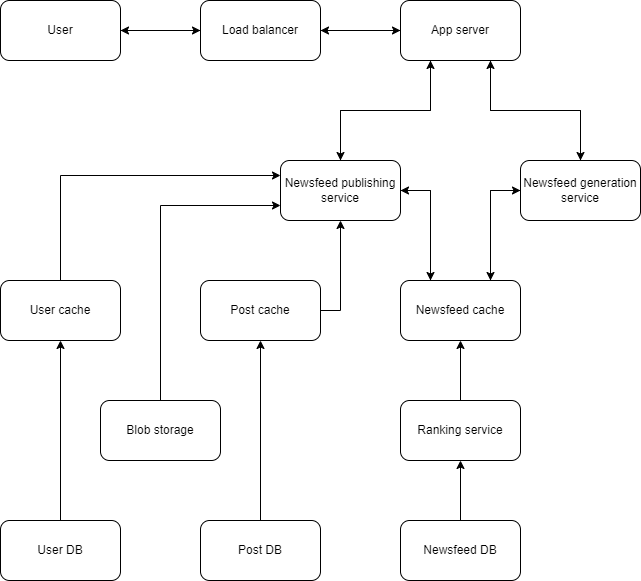
Earlier version of the draw.io export img/system-design/newsfeed2.png (riehseun/riehseun.github.io). Source tidied: cells renumbered, new cells last; positions are measured from the earlier drawing's top-left corner, leaving out a move shared by most shapes.
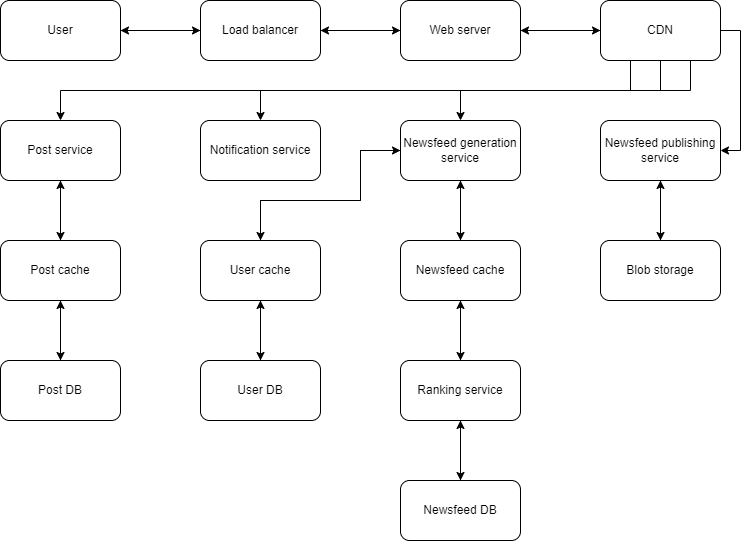
After the change.

Diff of the diagram source:
```diff
@@ -20,83 +20,125 @@
     <mxCell id="7" style="edgeStyle=orthogonalEdgeStyle;rounded=0;jettySize=auto;html=1;exitX=0;exitY=0.5;exitDx=0;exitDy=0;" parent="1" edge="1" source="10" target="6">
       <mxGeometry relative="1" as="geometry" />
     </mxCell>
-    <mxCell id="8" style="edgeStyle=orthogonalEdgeStyle;rounded=0;jettySize=auto;html=1;exitX=0.25;exitY=1;exitDx=0;exitDy=0;entryX=0.5;entryY=0;entryDx=0;entryDy=0;" parent="1" edge="1" source="10" target="13">
-      <mxGeometry relative="1" as="geometry" />
-    </mxCell>
-    <mxCell id="9" style="edgeStyle=orthogonalEdgeStyle;rounded=0;jettySize=auto;html=1;exitX=0.75;exitY=1;exitDx=0;exitDy=0;entryX=0.5;entryY=0;entryDx=0;entryDy=0;" parent="1" edge="1" source="10" target="16">
-      <mxGeometry relative="1" as="geometry" />
-    </mxCell>
+    <mxCell id="34" style="edgeStyle=orthogonalEdgeStyle;rounded=0;jettySize=auto;html=1;exitX=1;exitY=0.5;exitDx=0;exitDy=0;entryX=0;entryY=0.5;entryDx=0;entryDy=0;" parent="1" edge="1" source="10" target="40">
+      <mxGeometry relative="1" as="geometry" />
+    </mxCell>
-    <mxCell id="10" value="App server" style="rounded=1;whiteSpace=wrap;html=1;" parent="1" vertex="1">
+    <mxCell id="10" value="Web server" style="rounded=1;whiteSpace=wrap;html=1;" parent="1" vertex="1">
       <mxGeometry x="400" width="120" height="60" as="geometry" />
     </mxCell>
-    <mxCell id="11" style="edgeStyle=orthogonalEdgeStyle;rounded=0;jettySize=auto;html=1;exitX=0.5;exitY=0;exitDx=0;exitDy=0;entryX=0.25;entryY=1;entryDx=0;entryDy=0;" parent="1" edge="1" source="13" target="10">
-      <mxGeometry relative="1" as="geometry" />
-    </mxCell>
-    <mxCell id="12" style="edgeStyle=orthogonalEdgeStyle;rounded=0;jettySize=auto;html=1;exitX=1;exitY=0.5;exitDx=0;exitDy=0;entryX=0.25;entryY=0;entryDx=0;entryDy=0;" parent="1" edge="1" source="13" target="19">
-      <mxGeometry relative="1" as="geometry" />
-    </mxCell>
+    <mxCell id="35" style="edgeStyle=orthogonalEdgeStyle;rounded=0;jettySize=auto;html=1;exitX=0;exitY=0.5;exitDx=0;exitDy=0;entryX=1;entryY=0.5;entryDx=0;entryDy=0;" parent="1" edge="1" source="40" target="10">
+      <mxGeometry relative="1" as="geometry" />
+    </mxCell>
+    <mxCell id="36" style="edgeStyle=orthogonalEdgeStyle;rounded=0;jettySize=auto;html=1;exitX=0.25;exitY=1;exitDx=0;exitDy=0;entryX=0.5;entryY=0;entryDx=0;entryDy=0;" parent="1" edge="1" source="40" target="42">
+      <mxGeometry relative="1" as="geometry" />
+    </mxCell>
+    <mxCell id="37" style="edgeStyle=orthogonalEdgeStyle;rounded=0;jettySize=auto;html=1;exitX=0.5;exitY=1;exitDx=0;exitDy=0;entryX=0.5;entryY=0;entryDx=0;entryDy=0;" parent="1" edge="1" source="40" target="43">
+      <mxGeometry relative="1" as="geometry" />
+    </mxCell>
+    <mxCell id="38" style="edgeStyle=orthogonalEdgeStyle;rounded=0;jettySize=auto;html=1;exitX=0.75;exitY=1;exitDx=0;exitDy=0;entryX=0.5;entryY=0;entryDx=0;entryDy=0;" parent="1" edge="1" source="40" target="16">
+      <mxGeometry relative="1" as="geometry" />
+    </mxCell>
+    <mxCell id="39" style="edgeStyle=orthogonalEdgeStyle;rounded=0;jettySize=auto;html=1;exitX=1;exitY=0.5;exitDx=0;exitDy=0;entryX=1;entryY=0.5;entryDx=0;entryDy=0;" parent="1" edge="1" source="40" target="13">
+      <mxGeometry relative="1" as="geometry" />
+    </mxCell>
+    <mxCell id="40" value="CDN" style="rounded=1;whiteSpace=wrap;html=1;" parent="1" vertex="1">
+      <mxGeometry x="600" width="120" height="60" as="geometry" />
+    </mxCell>
+    <mxCell id="41" style="edgeStyle=orthogonalEdgeStyle;rounded=0;jettySize=auto;html=1;exitX=0.5;exitY=1;exitDx=0;exitDy=0;entryX=0.5;entryY=0;entryDx=0;entryDy=0;" parent="1" edge="1" source="42" target="25">
+      <mxGeometry relative="1" as="geometry" />
+    </mxCell>
+    <mxCell id="42" value="Post service" style="rounded=1;whiteSpace=wrap;html=1;" parent="1" vertex="1">
+      <mxGeometry y="120" width="120" height="60" as="geometry" />
+    </mxCell>
+    <mxCell id="43" value="Notification service" style="rounded=1;whiteSpace=wrap;html=1;" parent="1" vertex="1">
+      <mxGeometry x="200" y="120" width="120" height="60" as="geometry" />
+    </mxCell>
+    <mxCell id="15" style="edgeStyle=orthogonalEdgeStyle;rounded=0;jettySize=auto;html=1;exitX=0.5;exitY=1;exitDx=0;exitDy=0;entryX=0.5;entryY=0;entryDx=0;entryDy=0;" parent="1" edge="1" source="16" target="19">
+      <mxGeometry relative="1" as="geometry" />
+    </mxCell>
+    <mxCell id="44" style="edgeStyle=orthogonalEdgeStyle;rounded=0;jettySize=auto;html=1;exitX=0;exitY=0.5;exitDx=0;exitDy=0;entryX=0.5;entryY=0;entryDx=0;entryDy=0;" parent="1" edge="1" source="16" target="27">
+      <mxGeometry relative="1" as="geometry">
+        <Array as="points">
+          <mxPoint x="360" y="150" />
+          <mxPoint x="360" y="200" />
+          <mxPoint x="260" y="200" />
+        </Array>
+      </mxGeometry>
+    </mxCell>
+    <mxCell id="16" value="Newsfeed generation service" style="rounded=1;whiteSpace=wrap;html=1;" parent="1" vertex="1">
+      <mxGeometry x="400" y="120" width="120" height="60" as="geometry" />
+    </mxCell>
+    <mxCell id="45" style="edgeStyle=orthogonalEdgeStyle;rounded=0;jettySize=auto;html=1;exitX=0.5;exitY=1;exitDx=0;exitDy=0;entryX=0.5;entryY=0;entryDx=0;entryDy=0;" parent="1" edge="1" source="13" target="33">
+      <mxGeometry relative="1" as="geometry" />
+    </mxCell>
     <mxCell id="13" value="Newsfeed publishing service" style="rounded=1;whiteSpace=wrap;html=1;" parent="1" vertex="1">
-      <mxGeometry x="280" y="160" width="120" height="60" as="geometry" />
+      <mxGeometry x="600" y="120" width="120" height="60" as="geometry" />
     </mxCell>
-    <mxCell id="14" style="edgeStyle=orthogonalEdgeStyle;rounded=0;jettySize=auto;html=1;exitX=0.5;exitY=0;exitDx=0;exitDy=0;entryX=0.75;entryY=1;entryDx=0;entryDy=0;" parent="1" edge="1" source="16" target="10">
-      <mxGeometry relative="1" as="geometry" />
-    </mxCell>
-    <mxCell id="15" style="edgeStyle=orthogonalEdgeStyle;rounded=0;jettySize=auto;html=1;exitX=0;exitY=0.5;exitDx=0;exitDy=0;entryX=0.75;entryY=0;entryDx=0;entryDy=0;" parent="1" edge="1" source="16" target="19">
-      <mxGeometry relative="1" as="geometry" />
-    </mxCell>
-    <mxCell id="16" value="Newsfeed generation service" style="rounded=1;whiteSpace=wrap;html=1;" parent="1" vertex="1">
-      <mxGeometry x="520" y="160" width="120" height="60" as="geometry" />
-    </mxCell>
+    <mxCell id="46" style="edgeStyle=orthogonalEdgeStyle;rounded=0;jettySize=auto;html=1;exitX=0.5;exitY=1;exitDx=0;exitDy=0;entryX=0.5;entryY=0;entryDx=0;entryDy=0;" parent="1" edge="1" source="25" target="29">
+      <mxGeometry relative="1" as="geometry" />
+    </mxCell>
+    <mxCell id="47" style="edgeStyle=orthogonalEdgeStyle;rounded=0;jettySize=auto;html=1;exitX=0.5;exitY=0;exitDx=0;exitDy=0;entryX=0.5;entryY=1;entryDx=0;entryDy=0;" parent="1" edge="1" source="25" target="42">
+      <mxGeometry relative="1" as="geometry" />
+    </mxCell>
+    <mxCell id="25" value="Post cache" style="rounded=1;whiteSpace=wrap;html=1;" parent="1" vertex="1">
+      <mxGeometry y="240" width="120" height="60" as="geometry" />
+    </mxCell>
+    <mxCell id="28" style="edgeStyle=orthogonalEdgeStyle;rounded=0;jettySize=auto;html=1;exitX=0.5;exitY=0;exitDx=0;exitDy=0;entryX=0.5;entryY=1;entryDx=0;entryDy=0;" parent="1" edge="1" source="29" target="25">
+      <mxGeometry relative="1" as="geometry" />
+    </mxCell>
+    <mxCell id="29" value="Post DB" style="rounded=1;whiteSpace=wrap;html=1;" parent="1" vertex="1">
+      <mxGeometry y="360" width="120" height="60" as="geometry" />
+    </mxCell>
+    <mxCell id="32" style="edgeStyle=orthogonalEdgeStyle;rounded=0;jettySize=auto;html=1;exitX=0.5;exitY=0;exitDx=0;exitDy=0;entryX=0.5;entryY=1;entryDx=0;entryDy=0;" parent="1" edge="1" source="33" target="13">
+      <mxGeometry relative="1" as="geometry" />
+    </mxCell>
+    <mxCell id="33" value="Blob storage" style="rounded=1;whiteSpace=wrap;html=1;" parent="1" vertex="1">
+      <mxGeometry x="600" y="240" width="120" height="60" as="geometry" />
+    </mxCell>
-    <mxCell id="17" style="edgeStyle=orthogonalEdgeStyle;rounded=0;jettySize=auto;html=1;exitX=0.75;exitY=0;exitDx=0;exitDy=0;entryX=0;entryY=0.5;entryDx=0;entryDy=0;" parent="1" edge="1" source="19" target="16">
+    <mxCell id="17" style="edgeStyle=orthogonalEdgeStyle;rounded=0;jettySize=auto;html=1;exitX=0.5;exitY=0;exitDx=0;exitDy=0;" parent="1" edge="1" source="19" target="16">
       <mxGeometry relative="1" as="geometry" />
     </mxCell>
-    <mxCell id="18" style="edgeStyle=orthogonalEdgeStyle;rounded=0;jettySize=auto;html=1;exitX=0.25;exitY=0;exitDx=0;exitDy=0;entryX=1;entryY=0.5;entryDx=0;entryDy=0;" parent="1" edge="1" source="19" target="13">
-      <mxGeometry relative="1" as="geometry" />
-    </mxCell>
+    <mxCell id="48" style="edgeStyle=orthogonalEdgeStyle;rounded=0;jettySize=auto;html=1;exitX=0.5;exitY=1;exitDx=0;exitDy=0;entryX=0.5;entryY=0;entryDx=0;entryDy=0;" parent="1" edge="1" source="19" target="21">
+      <mxGeometry relative="1" as="geometry" />
+    </mxCell>
     <mxCell id="19" value="Newsfeed cache" style="rounded=1;whiteSpace=wrap;html=1;" parent="1" vertex="1">
-      <mxGeometry x="400" y="280" width="120" height="60" as="geometry" />
+      <mxGeometry x="400" y="240" width="120" height="60" as="geometry" />
     </mxCell>
-    <mxCell id="20" style="edgeStyle=orthogonalEdgeStyle;rounded=0;jettySize=auto;html=1;exitX=0.5;exitY=0;exitDx=0;exitDy=0;" parent="1" edge="1" source="21" target="19">
+    <mxCell id="20" style="edgeStyle=orthogonalEdgeStyle;rounded=0;jettySize=auto;html=1;exitX=0.5;exitY=0;exitDx=0;exitDy=0;entryX=0.5;entryY=1;entryDx=0;entryDy=0;" parent="1" edge="1" source="21" target="19">
       <mxGeometry relative="1" as="geometry" />
     </mxCell>
+    <mxCell id="49" style="edgeStyle=orthogonalEdgeStyle;rounded=0;jettySize=auto;html=1;exitX=0.5;exitY=1;exitDx=0;exitDy=0;entryX=0.5;entryY=0;entryDx=0;entryDy=0;" parent="1" edge="1" source="21" target="23">
+      <mxGeometry relative="1" as="geometry" />
+    </mxCell>
     <mxCell id="21" value="Ranking service" style="rounded=1;whiteSpace=wrap;html=1;" parent="1" vertex="1">
-      <mxGeometry x="400" y="400" width="120" height="60" as="geometry" />
+      <mxGeometry x="400" y="360" width="120" height="60" as="geometry" />
     </mxCell>
     <mxCell id="22" style="edgeStyle=orthogonalEdgeStyle;rounded=0;jettySize=auto;html=1;exitX=0.5;exitY=0;exitDx=0;exitDy=0;entryX=0.5;entryY=1;entryDx=0;entryDy=0;" parent="1" edge="1" source="23" target="21">
       <mxGeometry relative="1" as="geometry" />
     </mxCell>
     <mxCell id="23" value="Newsfeed DB" style="rounded=1;whiteSpace=wrap;html=1;" parent="1" vertex="1">
-      <mxGeometry x="400" y="520" width="120" height="60" as="geometry" />
+      <mxGeometry x="400" y="480" width="120" height="60" as="geometry" />
     </mxCell>
-    <mxCell id="24" style="edgeStyle=orthogonalEdgeStyle;rounded=0;jettySize=auto;html=1;exitX=1;exitY=0.5;exitDx=0;exitDy=0;" parent="1" edge="1" source="25" target="13">
-      <mxGeometry relative="1" as="geometry" />
-    </mxCell>
-    <mxCell id="25" value="Post cache" style="rounded=1;whiteSpace=wrap;html=1;" parent="1" vertex="1">
-      <mxGeometry x="200" y="280" width="120" height="60" as="geometry" />
-    </mxCell>
-    <mxCell id="26" style="edgeStyle=orthogonalEdgeStyle;rounded=0;jettySize=auto;html=1;exitX=0.5;exitY=0;exitDx=0;exitDy=0;entryX=0;entryY=0.25;entryDx=0;entryDy=0;" parent="1" edge="1" source="27" target="13">
-      <mxGeometry relative="1" as="geometry" />
-    </mxCell>
+    <mxCell id="50" style="edgeStyle=orthogonalEdgeStyle;rounded=0;jettySize=auto;html=1;exitX=0.5;exitY=1;exitDx=0;exitDy=0;" parent="1" edge="1" source="27" target="31">
+      <mxGeometry relative="1" as="geometry" />
+    </mxCell>
+    <mxCell id="51" style="edgeStyle=orthogonalEdgeStyle;rounded=0;jettySize=auto;html=1;exitX=0.5;exitY=0;exitDx=0;exitDy=0;entryX=0;entryY=0.5;entryDx=0;entryDy=0;" parent="1" edge="1" source="27" target="16">
+      <mxGeometry relative="1" as="geometry">
+        <Array as="points">
+          <mxPoint x="260" y="200" />
+          <mxPoint x="360" y="200" />
+          <mxPoint x="360" y="150" />
+        </Array>
+      </mxGeometry>
+    </mxCell>
     <mxCell id="27" value="User cache" style="rounded=1;whiteSpace=wrap;html=1;" parent="1" vertex="1">
-      <mxGeometry y="280" width="120" height="60" as="geometry" />
+      <mxGeometry x="200" y="240" width="120" height="60" as="geometry" />
     </mxCell>
-    <mxCell id="28" style="edgeStyle=orthogonalEdgeStyle;rounded=0;jettySize=auto;html=1;exitX=0.5;exitY=0;exitDx=0;exitDy=0;" parent="1" edge="1" source="29" target="25">
-      <mxGeometry relative="1" as="geometry" />
-    </mxCell>
-    <mxCell id="29" value="Post DB" style="rounded=1;whiteSpace=wrap;html=1;" parent="1" vertex="1">
-      <mxGeometry x="200" y="520" width="120" height="60" as="geometry" />
-    </mxCell>
-    <mxCell id="30" style="edgeStyle=orthogonalEdgeStyle;rounded=0;jettySize=auto;html=1;exitX=0.5;exitY=0;exitDx=0;exitDy=0;" parent="1" edge="1" source="31" target="27">
+    <mxCell id="30" style="edgeStyle=orthogonalEdgeStyle;rounded=0;jettySize=auto;html=1;exitX=0.5;exitY=0;exitDx=0;exitDy=0;entryX=0.5;entryY=1;entryDx=0;entryDy=0;" parent="1" edge="1" source="31" target="27">
       <mxGeometry relative="1" as="geometry" />
     </mxCell>
     <mxCell id="31" value="User DB" style="rounded=1;whiteSpace=wrap;html=1;" parent="1" vertex="1">
-      <mxGeometry y="520" width="120" height="60" as="geometry" />
+      <mxGeometry x="200" y="360" width="120" height="60" as="geometry" />
     </mxCell>
-    <mxCell id="32" style="edgeStyle=orthogonalEdgeStyle;rounded=0;jettySize=auto;html=1;exitX=0.5;exitY=0;exitDx=0;exitDy=0;entryX=0;entryY=0.75;entryDx=0;entryDy=0;" parent="1" edge="1" source="33" target="13">
-      <mxGeometry relative="1" as="geometry" />
-    </mxCell>
-    <mxCell id="33" value="Blob storage" style="rounded=1;whiteSpace=wrap;html=1;" parent="1" vertex="1">
-      <mxGeometry x="100" y="400" width="120" height="60" as="geometry" />
-    </mxCell>
   </root>
 </mxGraphModel>
```
